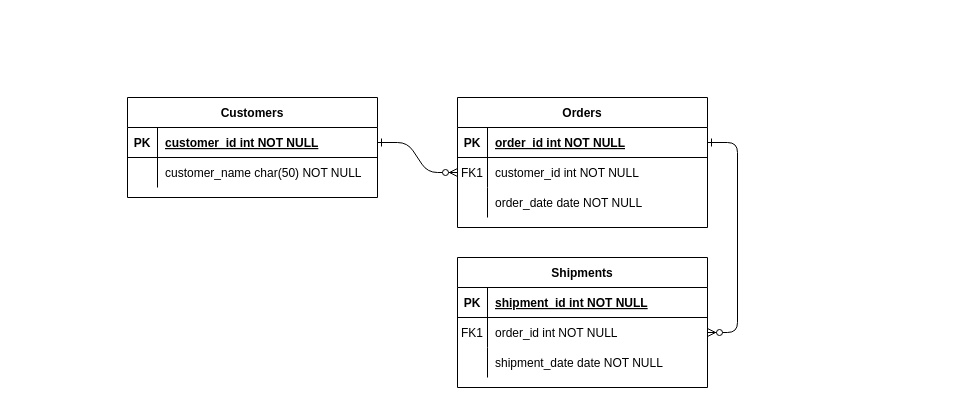
Earlier version of the draw.io diagram draw.io/清单库检查表单配置ER图.drawio (KeatonLi/pictures). Source tidied: cells renumbered, new cells numbered last; positions are measured from the earlier drawing's top-left corner, leaving out a move shared by most shapes. Both pictures are drawn from the tidied source at 100%, with x=0, y=0 at pixel (127, 97).
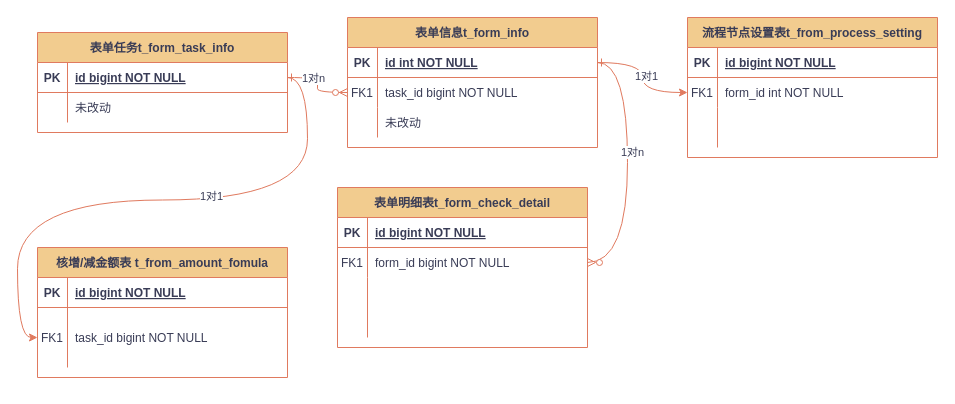
The same page after the edit.

Commit message:
更新清单库检查表单配置ER图.drawio

Change to the diagram source:
```diff
@@
-    <mxCell id="2" style="edgeStyle=entityRelationEdgeStyle;endArrow=ERzeroToMany;startArrow=ERone;endFill=1;startFill=0;" parent="1" edge="1" source="25" target="8">
+    <mxCell id="2" style="edgeStyle=entityRelationEdgeStyle;endArrow=ERzeroToMany;startArrow=ERone;endFill=1;startFill=0;labelBackgroundColor=none;strokeColor=#E07A5F;fontColor=default;exitX=1;exitY=0.5;exitDx=0;exitDy=0;curved=1;" parent="1" edge="1" source="25" target="8">
       <mxGeometry relative="1" as="geometry" />
     </mxCell>
+    <mxCell id="31" value="1对n" style="edgeLabel;html=1;align=center;verticalAlign=middle;fontColor=#393C56;" parent="2" vertex="1">
+      <mxGeometry x="-0.33" relative="1" as="geometry" />
+    </mxCell>
-    <mxCell id="3" style="edgeStyle=entityRelationEdgeStyle;endArrow=ERzeroToMany;startArrow=ERone;endFill=1;startFill=0;" parent="1" edge="1" source="5" target="18">
+    <mxCell id="3" style="edgeStyle=entityRelationEdgeStyle;endArrow=ERzeroToMany;startArrow=ERone;endFill=1;startFill=0;labelBackgroundColor=none;strokeColor=#E07A5F;fontColor=default;curved=1;" parent="1" edge="1" source="5" target="18">
       <mxGeometry relative="1" as="geometry" />
     </mxCell>
+    <mxCell id="32" value="1对n" style="edgeLabel;html=1;align=center;verticalAlign=middle;fontColor=#393C56;" parent="3" vertex="1">
+      <mxGeometry x="-0.12" y="4" relative="1" as="geometry" />
+    </mxCell>
-    <mxCell id="4" value="Orders" style="shape=table;startSize=30;childLayout=tableLayout;rowLines=0;fontStyle=1;align=center;" parent="1" vertex="1">
-      <mxGeometry x="330" width="250" height="130" as="geometry" />
+    <mxCell id="4" value="表单信息t_form_info" style="shape=table;startSize=30;childLayout=tableLayout;rowLines=0;fontStyle=1;align=center;labelBackgroundColor=none;fillColor=#F2CC8F;strokeColor=#E07A5F;fontColor=#393C56;" parent="1" vertex="1">
+      <mxGeometry x="220" y="-80" width="250" height="130" as="geometry" />
     </mxCell>
-    <mxCell id="5" style="shape=partialRectangle;fillColor=none;points=[[0,0.5],[1,0.5]];portConstraint=eastwest;top=0;left=0;right=0;bottom=1;" parent="4" vertex="1">
+    <mxCell id="5" style="shape=partialRectangle;fillColor=none;points=[[0,0.5],[1,0.5]];portConstraint=eastwest;top=0;left=0;right=0;bottom=1;labelBackgroundColor=none;strokeColor=#E07A5F;fontColor=#393C56;" parent="4" vertex="1">
       <mxGeometry y="30" width="250" height="30" as="geometry" />
     </mxCell>
-    <mxCell id="6" value="PK" style="shape=partialRectangle;overflow=hidden;fillColor=none;top=0;left=0;bottom=0;right=0;fontStyle=1;" parent="5" vertex="1">
+    <mxCell id="6" value="PK" style="shape=partialRectangle;overflow=hidden;fillColor=none;top=0;left=0;bottom=0;right=0;fontStyle=1;labelBackgroundColor=none;strokeColor=#E07A5F;fontColor=#393C56;" parent="5" vertex="1">
       <mxGeometry width="30" height="30" as="geometry" />
     </mxCell>
-    <mxCell id="7" value="order_id int NOT NULL " style="shape=partialRectangle;overflow=hidden;fillColor=none;top=0;left=0;bottom=0;right=0;align=left;spacingLeft=6;fontStyle=5;" parent="5" vertex="1">
+    <mxCell id="7" value="id int NOT NULL " style="shape=partialRectangle;overflow=hidden;fillColor=none;top=0;left=0;bottom=0;right=0;align=left;spacingLeft=6;fontStyle=5;labelBackgroundColor=none;strokeColor=#E07A5F;fontColor=#393C56;" parent="5" vertex="1">
       <mxGeometry x="30" width="220" height="30" as="geometry" />
     </mxCell>
-    <mxCell id="8" style="shape=partialRectangle;fillColor=none;points=[[0,0.5],[1,0.5]];portConstraint=eastwest;top=0;left=0;right=0;bottom=0;" parent="4" vertex="1">
+    <mxCell id="8" style="shape=partialRectangle;fillColor=none;points=[[0,0.5],[1,0.5]];portConstraint=eastwest;top=0;left=0;right=0;bottom=0;labelBackgroundColor=none;strokeColor=#E07A5F;fontColor=#393C56;" parent="4" vertex="1">
       <mxGeometry y="60" width="250" height="30" as="geometry" />
     </mxCell>
-    <mxCell id="9" value="FK1" style="shape=partialRectangle;overflow=hidden;fillColor=none;top=0;left=0;bottom=0;right=0;" parent="8" vertex="1">
+    <mxCell id="9" value="FK1" style="shape=partialRectangle;overflow=hidden;fillColor=none;top=0;left=0;bottom=0;right=0;labelBackgroundColor=none;strokeColor=#E07A5F;fontColor=#393C56;" parent="8" vertex="1">
       <mxGeometry width="30" height="30" as="geometry" />
     </mxCell>
-    <mxCell id="10" value="customer_id int NOT NULL" style="shape=partialRectangle;overflow=hidden;fillColor=none;top=0;left=0;bottom=0;right=0;align=left;spacingLeft=6;" parent="8" vertex="1">
+    <mxCell id="10" value="task_id bigint NOT NULL" style="shape=partialRectangle;overflow=hidden;fillColor=none;top=0;left=0;bottom=0;right=0;align=left;spacingLeft=6;labelBackgroundColor=none;strokeColor=#E07A5F;fontColor=#393C56;" parent="8" vertex="1">
       <mxGeometry x="30" width="220" height="30" as="geometry" />
     </mxCell>
-    <mxCell id="11" style="shape=partialRectangle;fillColor=none;top=0;left=0;right=0;bottom=0;" parent="4" vertex="1">
+    <mxCell id="11" style="shape=partialRectangle;fillColor=none;top=0;left=0;right=0;bottom=0;labelBackgroundColor=none;strokeColor=#E07A5F;fontColor=#393C56;" parent="4" vertex="1">
       <mxGeometry y="90" width="250" height="30" as="geometry" />
     </mxCell>
-    <mxCell id="12" style="shape=partialRectangle;overflow=hidden;fillColor=none;top=0;left=0;bottom=0;right=0;" parent="11" vertex="1">
+    <mxCell id="12" style="shape=partialRectangle;overflow=hidden;fillColor=none;top=0;left=0;bottom=0;right=0;labelBackgroundColor=none;strokeColor=#E07A5F;fontColor=#393C56;" parent="11" vertex="1">
       <mxGeometry width="30" height="30" as="geometry" />
     </mxCell>
-    <mxCell id="13" value="order_date date NOT NULL" style="shape=partialRectangle;overflow=hidden;fillColor=none;top=0;left=0;bottom=0;right=0;align=left;spacingLeft=6;" parent="11" vertex="1">
+    <mxCell id="13" value="未改动" style="shape=partialRectangle;overflow=hidden;fillColor=none;top=0;left=0;bottom=0;right=0;align=left;spacingLeft=6;labelBackgroundColor=none;strokeColor=#E07A5F;fontColor=#393C56;" parent="11" vertex="1">
       <mxGeometry x="30" width="220" height="30" as="geometry" />
     </mxCell>
-    <mxCell id="14" value="Shipments" style="shape=table;startSize=30;childLayout=tableLayout;rowLines=0;fontStyle=1;align=center;" parent="1" vertex="1">
-      <mxGeometry x="330" y="160" width="250" height="130" as="geometry" />
+    <mxCell id="14" value="表单明细表t_form_check_detail" style="shape=table;startSize=30;childLayout=tableLayout;rowLines=0;fontStyle=1;align=center;labelBackgroundColor=none;fillColor=#F2CC8F;strokeColor=#E07A5F;fontColor=#393C56;" parent="1" vertex="1">
+      <mxGeometry x="210" y="90" width="250" height="160" as="geometry" />
     </mxCell>
-    <mxCell id="15" style="shape=partialRectangle;fillColor=none;top=0;left=0;right=0;bottom=1;" parent="14" vertex="1">
+    <mxCell id="15" style="shape=partialRectangle;fillColor=none;top=0;left=0;right=0;bottom=1;labelBackgroundColor=none;strokeColor=#E07A5F;fontColor=#393C56;" parent="14" vertex="1">
       <mxGeometry y="30" width="250" height="30" as="geometry" />
     </mxCell>
-    <mxCell id="16" value="PK" style="shape=partialRectangle;overflow=hidden;fillColor=none;top=0;left=0;bottom=0;right=0;fontStyle=1;" parent="15" vertex="1">
+    <mxCell id="16" value="PK" style="shape=partialRectangle;overflow=hidden;fillColor=none;top=0;left=0;bottom=0;right=0;fontStyle=1;labelBackgroundColor=none;strokeColor=#E07A5F;fontColor=#393C56;" parent="15" vertex="1">
       <mxGeometry width="30" height="30" as="geometry" />
     </mxCell>
-    <mxCell id="17" value="shipment_id int NOT NULL " style="shape=partialRectangle;overflow=hidden;fillColor=none;top=0;left=0;bottom=0;right=0;align=left;spacingLeft=6;fontStyle=5;" parent="15" vertex="1">
+    <mxCell id="17" value="id bigint NOT NULL " style="shape=partialRectangle;overflow=hidden;fillColor=none;top=0;left=0;bottom=0;right=0;align=left;spacingLeft=6;fontStyle=5;labelBackgroundColor=none;strokeColor=#E07A5F;fontColor=#393C56;" parent="15" vertex="1">
       <mxGeometry x="30" width="220" height="30" as="geometry" />
     </mxCell>
-    <mxCell id="18" style="shape=partialRectangle;fillColor=none;points=[[0,0.5],[1,0.5]];portConstraint=eastwest;top=0;left=0;right=0;bottom=0;" parent="14" vertex="1">
+    <mxCell id="18" style="shape=partialRectangle;fillColor=none;points=[[0,0.5],[1,0.5]];portConstraint=eastwest;top=0;left=0;right=0;bottom=0;labelBackgroundColor=none;strokeColor=#E07A5F;fontColor=#393C56;" parent="14" vertex="1">
       <mxGeometry y="60" width="250" height="30" as="geometry" />
     </mxCell>
-    <mxCell id="19" value="FK1" style="shape=partialRectangle;overflow=hidden;fillColor=none;top=0;left=0;bottom=0;right=0;" parent="18" vertex="1">
+    <mxCell id="19" value="FK1" style="shape=partialRectangle;overflow=hidden;fillColor=none;top=0;left=0;bottom=0;right=0;labelBackgroundColor=none;strokeColor=#E07A5F;fontColor=#393C56;" parent="18" vertex="1">
       <mxGeometry width="30" height="30" as="geometry" />
     </mxCell>
-    <mxCell id="20" value="order_id int NOT NULL" style="shape=partialRectangle;overflow=hidden;fillColor=none;top=0;left=0;bottom=0;right=0;align=left;spacingLeft=6;" parent="18" vertex="1">
+    <mxCell id="20" value="form_id bigint NOT NULL" style="shape=partialRectangle;overflow=hidden;fillColor=none;top=0;left=0;bottom=0;right=0;align=left;spacingLeft=6;labelBackgroundColor=none;strokeColor=#E07A5F;fontColor=#393C56;" parent="18" vertex="1">
       <mxGeometry x="30" width="220" height="30" as="geometry" />
     </mxCell>
-    <mxCell id="21" style="shape=partialRectangle;fillColor=none;top=0;left=0;right=0;bottom=0;" parent="14" vertex="1">
-      <mxGeometry y="90" width="250" height="30" as="geometry" />
+    <mxCell id="21" style="shape=partialRectangle;fillColor=none;top=0;left=0;right=0;bottom=0;labelBackgroundColor=none;strokeColor=#E07A5F;fontColor=#393C56;" parent="14" vertex="1">
+      <mxGeometry y="90" width="250" height="60" as="geometry" />
     </mxCell>
-    <mxCell id="22" style="shape=partialRectangle;overflow=hidden;fillColor=none;top=0;left=0;bottom=0;right=0;" parent="21" vertex="1">
-      <mxGeometry width="30" height="30" as="geometry" />
+    <mxCell id="22" style="shape=partialRectangle;overflow=hidden;fillColor=none;top=0;left=0;bottom=0;right=0;labelBackgroundColor=none;strokeColor=#E07A5F;fontColor=#393C56;" parent="21" vertex="1">
+      <mxGeometry width="30" height="60" as="geometry" />
     </mxCell>
-    <mxCell id="23" value="shipment_date date NOT NULL" style="shape=partialRectangle;overflow=hidden;fillColor=none;top=0;left=0;bottom=0;right=0;align=left;spacingLeft=6;" parent="21" vertex="1">
-      <mxGeometry x="30" width="220" height="30" as="geometry" />
+    <mxCell id="23" style="shape=partialRectangle;overflow=hidden;fillColor=none;top=0;left=0;bottom=0;right=0;align=left;spacingLeft=6;labelBackgroundColor=none;strokeColor=#E07A5F;fontColor=#393C56;" parent="21" vertex="1">
+      <mxGeometry x="30" width="220" height="60" as="geometry" />
     </mxCell>
-    <mxCell id="24" value="Customers" style="shape=table;startSize=30;childLayout=tableLayout;rowLines=0;fontStyle=1;align=center;" parent="1" vertex="1">
-      <mxGeometry width="250" height="100" as="geometry" />
+    <mxCell id="24" value="表单任务t_form_task_info" style="shape=table;startSize=30;childLayout=tableLayout;rowLines=0;fontStyle=1;align=center;labelBackgroundColor=none;fillColor=#F2CC8F;strokeColor=#E07A5F;fontColor=#393C56;" parent="1" vertex="1">
+      <mxGeometry x="-90" y="-65" width="250" height="100" as="geometry" />
     </mxCell>
-    <mxCell id="25" style="shape=partialRectangle;fillColor=none;points=[[0,0.5],[1,0.5]];portConstraint=eastwest;top=0;left=0;right=0;bottom=1;" parent="24" vertex="1">
+    <mxCell id="25" style="shape=partialRectangle;fillColor=none;points=[[0,0.5],[1,0.5]];portConstraint=eastwest;top=0;left=0;right=0;bottom=1;labelBackgroundColor=none;strokeColor=#E07A5F;fontColor=#393C56;" parent="24" vertex="1">
       <mxGeometry y="30" width="250" height="30" as="geometry" />
     </mxCell>
-    <mxCell id="26" value="PK" style="shape=partialRectangle;overflow=hidden;fillColor=none;top=0;left=0;bottom=0;right=0;fontStyle=1;" parent="25" vertex="1">
+    <mxCell id="26" value="PK" style="shape=partialRectangle;overflow=hidden;fillColor=none;top=0;left=0;bottom=0;right=0;fontStyle=1;labelBackgroundColor=none;strokeColor=#E07A5F;fontColor=#393C56;" parent="25" vertex="1">
       <mxGeometry width="30" height="30" as="geometry" />
     </mxCell>
-    <mxCell id="27" value="customer_id int NOT NULL " style="shape=partialRectangle;overflow=hidden;fillColor=none;top=0;left=0;bottom=0;right=0;align=left;spacingLeft=6;fontStyle=5;" parent="25" vertex="1">
+    <mxCell id="27" value="id bigint NOT NULL " style="shape=partialRectangle;overflow=hidden;fillColor=none;top=0;left=0;bottom=0;right=0;align=left;spacingLeft=6;fontStyle=5;labelBackgroundColor=none;strokeColor=#E07A5F;fontColor=#393C56;" parent="25" vertex="1">
       <mxGeometry x="30" width="220" height="30" as="geometry" />
     </mxCell>
-    <mxCell id="28" style="shape=partialRectangle;fillColor=none;top=0;left=0;right=0;bottom=0;" parent="24" vertex="1">
+    <mxCell id="28" style="shape=partialRectangle;fillColor=none;top=0;left=0;right=0;bottom=0;labelBackgroundColor=none;strokeColor=#E07A5F;fontColor=#393C56;" parent="24" vertex="1">
       <mxGeometry y="60" width="250" height="30" as="geometry" />
     </mxCell>
-    <mxCell id="29" style="shape=partialRectangle;overflow=hidden;fillColor=none;top=0;left=0;bottom=0;right=0;" parent="28" vertex="1">
+    <mxCell id="29" style="shape=partialRectangle;overflow=hidden;fillColor=none;top=0;left=0;bottom=0;right=0;labelBackgroundColor=none;strokeColor=#E07A5F;fontColor=#393C56;" parent="28" vertex="1">
       <mxGeometry width="30" height="30" as="geometry" />
     </mxCell>
-    <mxCell id="30" value="customer_name char(50) NOT NULL" style="shape=partialRectangle;overflow=hidden;fillColor=none;top=0;left=0;bottom=0;right=0;align=left;spacingLeft=6;" parent="28" vertex="1">
+    <mxCell id="30" value="未改动" style="shape=partialRectangle;overflow=hidden;fillColor=none;top=0;left=0;bottom=0;right=0;align=left;spacingLeft=6;labelBackgroundColor=none;strokeColor=#E07A5F;fontColor=#393C56;" parent="28" vertex="1">
       <mxGeometry x="30" width="220" height="30" as="geometry" />
     </mxCell>
+    <mxCell id="33" value="核增/减金额表 t_from_amount_fomula" style="shape=table;startSize=30;childLayout=tableLayout;rowLines=0;fontStyle=1;align=center;labelBackgroundColor=none;fillColor=#F2CC8F;strokeColor=#E07A5F;fontColor=#393C56;" parent="1" vertex="1">
+      <mxGeometry x="-90" y="150" width="250" height="130" as="geometry" />
+    </mxCell>
+    <mxCell id="34" style="shape=partialRectangle;fillColor=none;top=0;left=0;right=0;bottom=1;labelBackgroundColor=none;strokeColor=#E07A5F;fontColor=#393C56;" parent="33" vertex="1">
+      <mxGeometry y="30" width="250" height="30" as="geometry" />
+    </mxCell>
+    <mxCell id="35" value="PK" style="shape=partialRectangle;overflow=hidden;fillColor=none;top=0;left=0;bottom=0;right=0;fontStyle=1;labelBackgroundColor=none;strokeColor=#E07A5F;fontColor=#393C56;" parent="34" vertex="1">
+      <mxGeometry width="30" height="30" as="geometry" />
+    </mxCell>
+    <mxCell id="36" value="id bigint NOT NULL " style="shape=partialRectangle;overflow=hidden;fillColor=none;top=0;left=0;bottom=0;right=0;align=left;spacingLeft=6;fontStyle=5;labelBackgroundColor=none;strokeColor=#E07A5F;fontColor=#393C56;" parent="34" vertex="1">
+      <mxGeometry x="30" width="220" height="30" as="geometry" />
+    </mxCell>
+    <mxCell id="37" style="shape=partialRectangle;fillColor=none;points=[[0,0.5],[1,0.5]];portConstraint=eastwest;top=0;left=0;right=0;bottom=0;labelBackgroundColor=none;strokeColor=#E07A5F;fontColor=#393C56;" parent="33" vertex="1">
+      <mxGeometry y="60" width="250" height="60" as="geometry" />
+    </mxCell>
+    <mxCell id="38" value="FK1" style="shape=partialRectangle;overflow=hidden;fillColor=none;top=0;left=0;bottom=0;right=0;labelBackgroundColor=none;strokeColor=#E07A5F;fontColor=#393C56;" parent="37" vertex="1">
+      <mxGeometry width="30" height="60" as="geometry" />
+    </mxCell>
+    <mxCell id="39" value="task_id bigint NOT NULL" style="shape=partialRectangle;overflow=hidden;fillColor=none;top=0;left=0;bottom=0;right=0;align=left;spacingLeft=6;labelBackgroundColor=none;strokeColor=#E07A5F;fontColor=#393C56;" parent="37" vertex="1">
+      <mxGeometry x="30" width="220" height="60" as="geometry" />
+    </mxCell>
+    <mxCell id="40" style="edgeStyle=orthogonalEdgeStyle;jettySize=auto;html=1;exitX=1;exitY=0.5;exitDx=0;exitDy=0;entryX=0;entryY=0.5;entryDx=0;entryDy=0;strokeColor=#E07A5F;fontColor=#393C56;fillColor=#F2CC8F;curved=1;" parent="1" edge="1" source="25" target="37">
+      <mxGeometry relative="1" as="geometry" />
+    </mxCell>
+    <mxCell id="41" value="1对1" style="edgeLabel;html=1;align=center;verticalAlign=middle;fontColor=#393C56;" parent="40" vertex="1">
+      <mxGeometry x="-0.19" y="-4" relative="1" as="geometry" />
+    </mxCell>
+    <mxCell id="42" value="流程节点设置表t_from_process_setting" style="shape=table;startSize=30;childLayout=tableLayout;rowLines=0;fontStyle=1;align=center;labelBackgroundColor=none;fillColor=#F2CC8F;strokeColor=#E07A5F;fontColor=#393C56;" parent="1" vertex="1">
+      <mxGeometry x="560" y="-80" width="250" height="140" as="geometry" />
+    </mxCell>
+    <mxCell id="43" style="shape=partialRectangle;fillColor=none;top=0;left=0;right=0;bottom=1;labelBackgroundColor=none;strokeColor=#E07A5F;fontColor=#393C56;" parent="42" vertex="1">
+      <mxGeometry y="30" width="250" height="30" as="geometry" />
+    </mxCell>
+    <mxCell id="44" value="PK" style="shape=partialRectangle;overflow=hidden;fillColor=none;top=0;left=0;bottom=0;right=0;fontStyle=1;labelBackgroundColor=none;strokeColor=#E07A5F;fontColor=#393C56;" parent="43" vertex="1">
+      <mxGeometry width="30" height="30" as="geometry" />
+    </mxCell>
+    <mxCell id="45" value="id bigint NOT NULL " style="shape=partialRectangle;overflow=hidden;fillColor=none;top=0;left=0;bottom=0;right=0;align=left;spacingLeft=6;fontStyle=5;labelBackgroundColor=none;strokeColor=#E07A5F;fontColor=#393C56;" parent="43" vertex="1">
+      <mxGeometry x="30" width="220" height="30" as="geometry" />
+    </mxCell>
+    <mxCell id="46" style="shape=partialRectangle;fillColor=none;points=[[0,0.5],[1,0.5]];portConstraint=eastwest;top=0;left=0;right=0;bottom=0;labelBackgroundColor=none;strokeColor=#E07A5F;fontColor=#393C56;" parent="42" vertex="1">
+      <mxGeometry y="60" width="250" height="30" as="geometry" />
+    </mxCell>
+    <mxCell id="47" value="FK1" style="shape=partialRectangle;overflow=hidden;fillColor=none;top=0;left=0;bottom=0;right=0;labelBackgroundColor=none;strokeColor=#E07A5F;fontColor=#393C56;" parent="46" vertex="1">
+      <mxGeometry width="30" height="30" as="geometry" />
+    </mxCell>
+    <mxCell id="48" value="form_id int NOT NULL" style="shape=partialRectangle;overflow=hidden;fillColor=none;top=0;left=0;bottom=0;right=0;align=left;spacingLeft=6;labelBackgroundColor=none;strokeColor=#E07A5F;fontColor=#393C56;" parent="46" vertex="1">
+      <mxGeometry x="30" width="220" height="30" as="geometry" />
+    </mxCell>
+    <mxCell id="49" style="shape=partialRectangle;fillColor=none;top=0;left=0;right=0;bottom=0;labelBackgroundColor=none;strokeColor=#E07A5F;fontColor=#393C56;" parent="42" vertex="1">
+      <mxGeometry y="90" width="250" height="40" as="geometry" />
+    </mxCell>
+    <mxCell id="50" style="shape=partialRectangle;overflow=hidden;fillColor=none;top=0;left=0;bottom=0;right=0;labelBackgroundColor=none;strokeColor=#E07A5F;fontColor=#393C56;" parent="49" vertex="1">
+      <mxGeometry width="30" height="40" as="geometry" />
+    </mxCell>
+    <mxCell id="51" style="shape=partialRectangle;overflow=hidden;fillColor=none;top=0;left=0;bottom=0;right=0;align=left;spacingLeft=6;labelBackgroundColor=none;strokeColor=#E07A5F;fontColor=#393C56;" parent="49" vertex="1">
+      <mxGeometry x="30" width="220" height="40" as="geometry" />
+    </mxCell>
+    <mxCell id="52" style="edgeStyle=orthogonalEdgeStyle;jettySize=auto;html=1;exitX=1;exitY=0.5;exitDx=0;exitDy=0;entryX=0;entryY=0.5;entryDx=0;entryDy=0;strokeColor=#E07A5F;fontColor=#393C56;fillColor=#F2CC8F;curved=1;" parent="1" edge="1" source="5" target="46">
+      <mxGeometry relative="1" as="geometry" />
+    </mxCell>
+    <mxCell id="53" value="1对1" style="edgeLabel;html=1;align=center;verticalAlign=middle;fontColor=#393C56;" parent="52" vertex="1">
+      <mxGeometry x="-0.03" y="3" relative="1" as="geometry" />
+    </mxCell>
```
